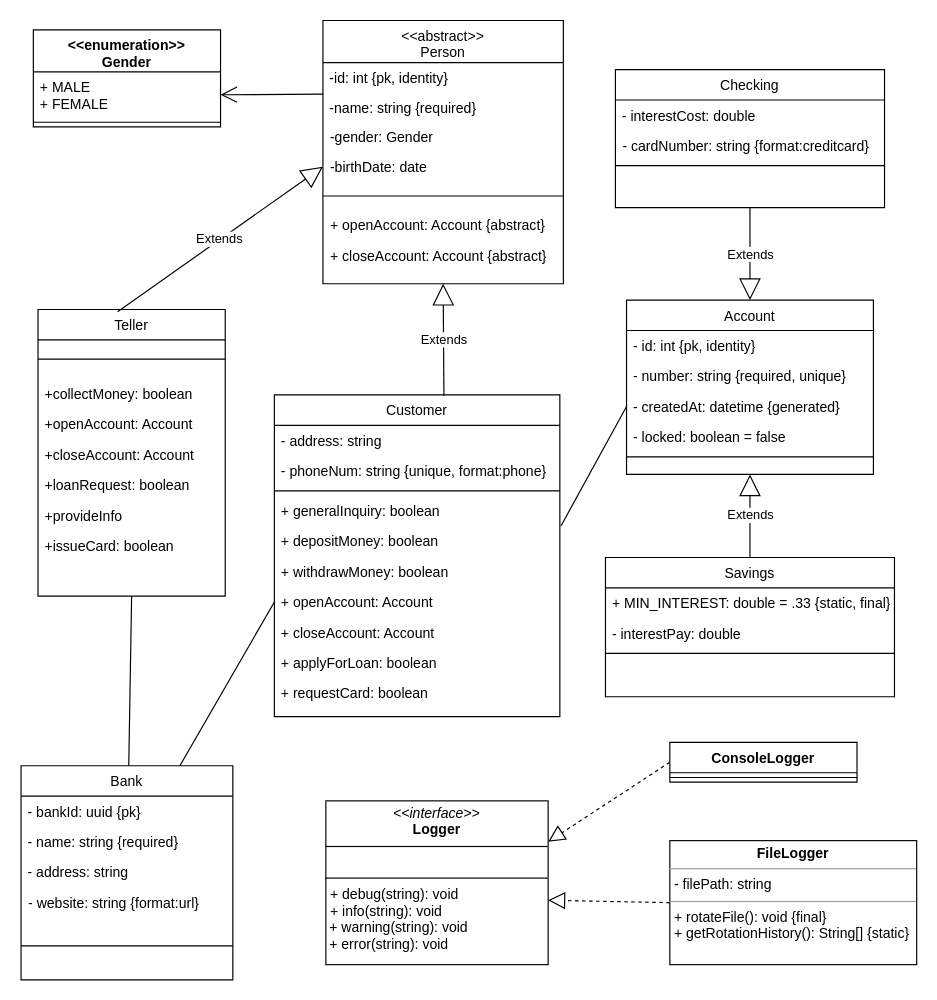
The draw.io diagram examples/simple_class_diagram.drawio in michelmbem/DrawioCodeGenerator, before the edit. Source tidied: cells renumbered, new cells numbered last; positions are measured from the earlier drawing's top-left corner, leaving out a move shared by most shapes. Both pictures are drawn from the tidied source at 117%, with x=0, y=0 at pixel (21, 20).
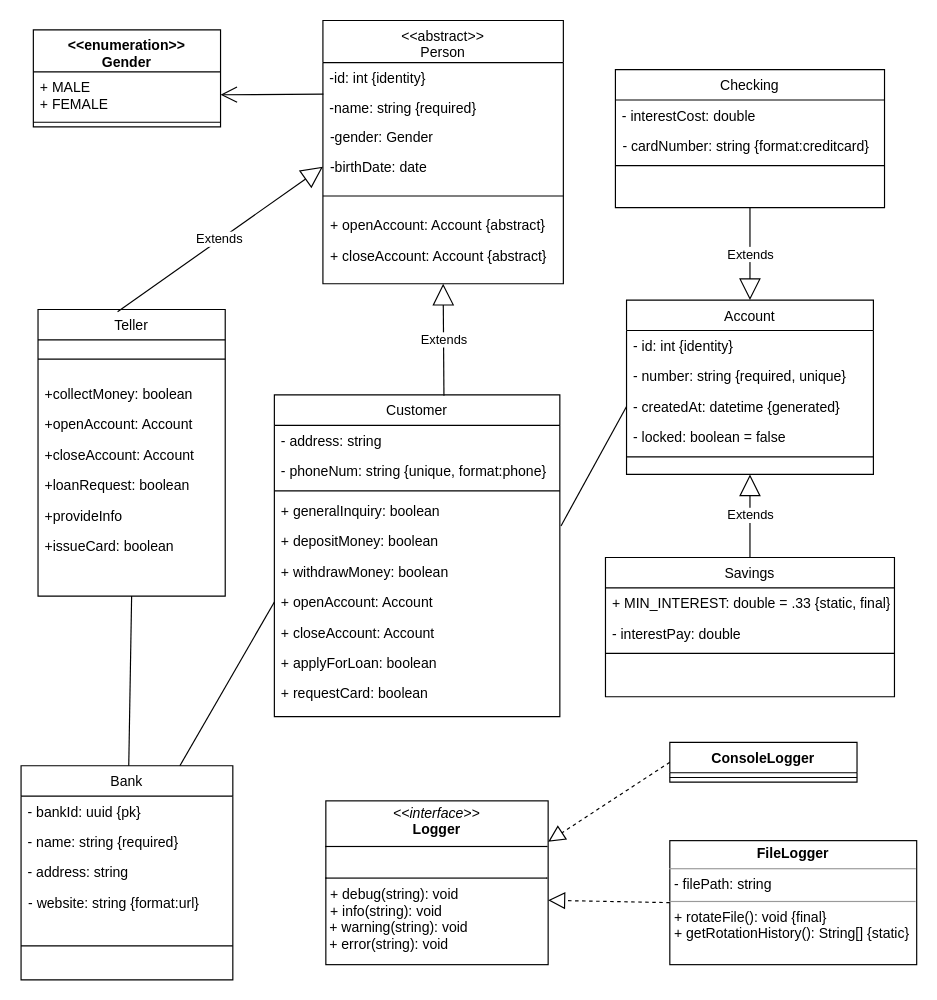
Above is the later version.

Unchanged cells that the change refers to:
```xml
<mxCell id="10" value="Account" style="swimlane;fontStyle=0;align=center;verticalAlign=top;horizontal=1;startSize=26;rounded=0;shadow=0;strokeWidth=1;" parent="1" vertex="1">
  <mxGeometry x="517" y="239" width="211" height="149" as="geometry" />
</mxCell>
<mxCell id="16" value="&lt;&lt;abstract&gt;&gt;&#10;Person" style="swimlane;fontStyle=0;align=center;verticalAlign=top;horizontal=1;startSize=36;rounded=0;shadow=0;strokeWidth=1;" parent="1" vertex="1">
  <mxGeometry x="257.5" width="205.5" height="225" as="geometry" />
</mxCell>
```

Change to the diagram source:
```diff
@@
-    <mxCell id="11" value="- id: int {pk, identity}" style="text;align=left;verticalAlign=top;spacingLeft=4;spacingRight=4;overflow=hidden;" parent="10" vertex="1">
+    <mxCell id="11" value="- id: int {identity}" style="text;align=left;verticalAlign=top;spacingLeft=4;spacingRight=4;overflow=hidden;" parent="10" vertex="1">
       <mxGeometry y="26" width="211" height="26" as="geometry" />
     </mxCell>
@@
-    <mxCell id="17" value="-id: int {pk, identity}" style="text;align=left;verticalAlign=top;spacingLeft=4;spacingRight=4;overflow=hidden;points=[[0,0.5],[1,0.5]];portConstraint=eastwest;" parent="16" vertex="1">
+    <mxCell id="17" value="-id: int {identity}" style="text;align=left;verticalAlign=top;spacingLeft=4;spacingRight=4;overflow=hidden;points=[[0,0.5],[1,0.5]];portConstraint=eastwest;" parent="16" vertex="1">
       <mxGeometry y="36" width="205.5" height="26" as="geometry" />
     </mxCell>
```
